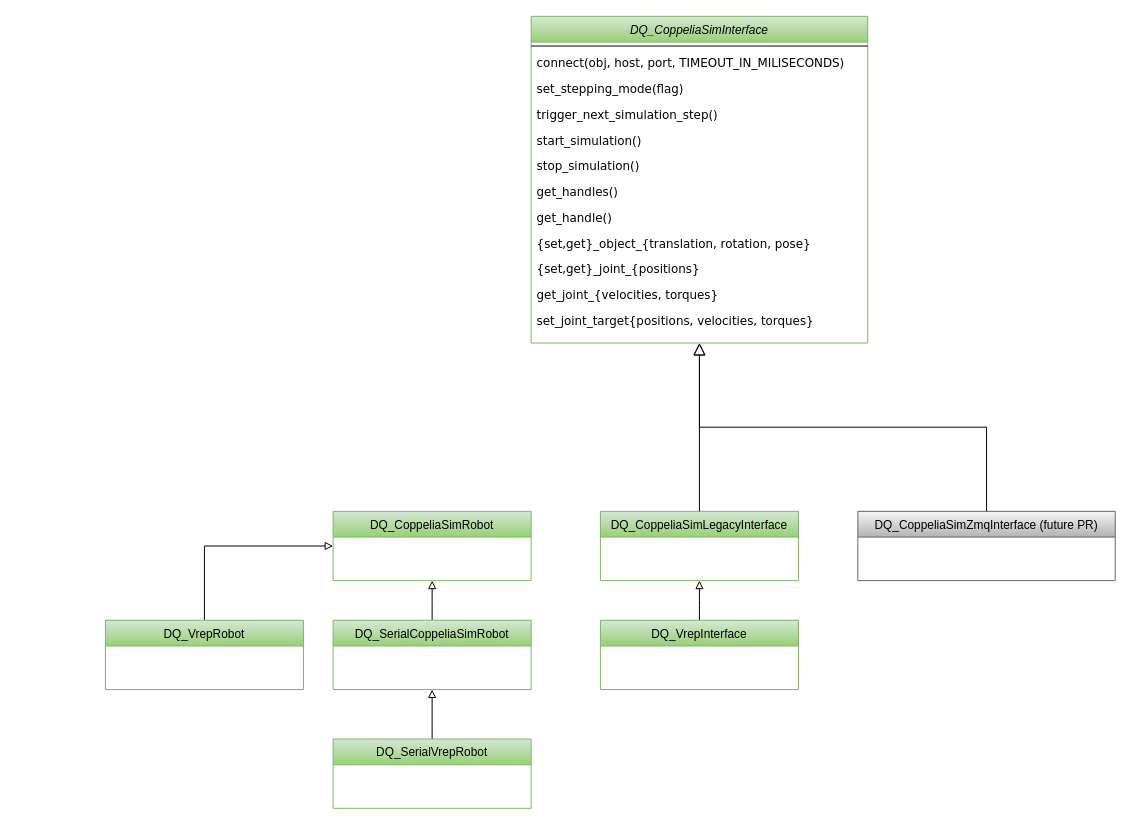
The draw.io diagram DQ_CoppeliaSimInterface.drawio in juanjqo/draw_io_diagrams_test, before the edit. Source tidied: cells renumbered, new cells numbered last; positions are measured from the earlier drawing's top-left corner, leaving out a move shared by most shapes. Both pictures are drawn from the tidied source at 99%, with x=0, y=0 at pixel (105, 16).
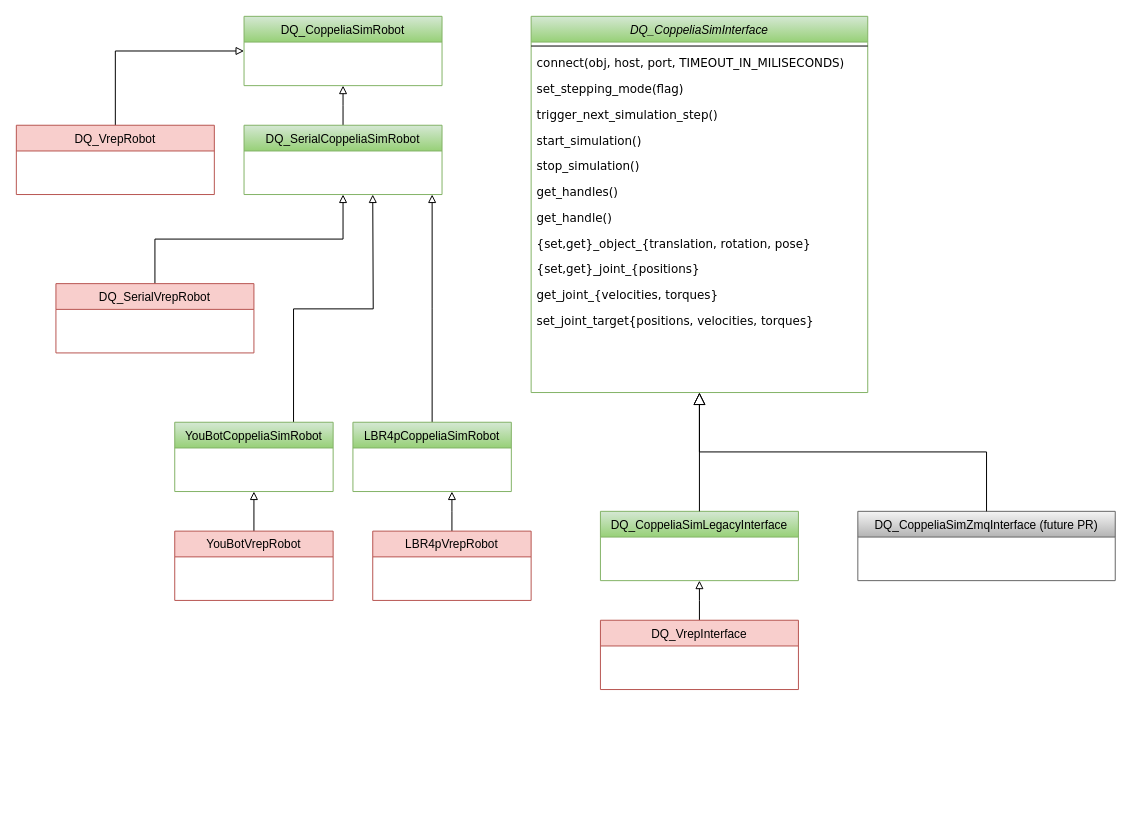
Above is the later version.

Diff of the diagram source:
```diff
@@
     <mxCell id="2" value="DQ_CoppeliaSimInterface" style="swimlane;fontStyle=2;align=center;verticalAlign=top;horizontal=1;startSize=26;rounded=0;shadow=0;strokeWidth=1;fillColor=#d5e8d4;gradientColor=#97d077;strokeColor=#82b366;" parent="1" vertex="1">
-      <mxGeometry x="430" width="340" height="330" as="geometry" />
+      <mxGeometry x="430" width="340" height="380" as="geometry" />
     </mxCell>
@@
-    <mxCell id="20" value="DQ_VrepInterface&#10;" style="swimlane;fontStyle=0;align=center;verticalAlign=top;horizontal=1;startSize=26;rounded=0;shadow=0;strokeWidth=1;fillColor=#d5e8d4;gradientColor=#97d077;strokeColor=#82b366;" parent="1" vertex="1">
+    <mxCell id="20" value="DQ_VrepInterface&#10;" style="swimlane;fontStyle=0;align=center;verticalAlign=top;horizontal=1;startSize=26;rounded=0;shadow=0;strokeWidth=1;fillColor=#f8cecc;strokeColor=#b85450;" parent="1" vertex="1">
       <mxGeometry x="500" y="610" width="200" height="70" as="geometry" />
     </mxCell>
     <mxCell id="21" value="DQ_CoppeliaSimRobot&#10;" style="swimlane;fontStyle=0;align=center;verticalAlign=top;horizontal=1;startSize=26;rounded=0;shadow=0;strokeWidth=1;fillColor=#d5e8d4;gradientColor=#97d077;strokeColor=#82b366;" parent="1" vertex="1">
-      <mxGeometry x="230" y="500" width="200" height="70" as="geometry" />
+      <mxGeometry x="140" width="200" height="70" as="geometry" />
     </mxCell>
     <mxCell id="22" style="edgeStyle=orthogonalEdgeStyle;rounded=0;jettySize=auto;html=1;endArrow=block;endFill=0;" parent="1" edge="1" source="23">
       <mxGeometry relative="1" as="geometry">
-        <mxPoint x="330" y="570" as="targetPoint" />
+        <mxPoint x="240" y="70" as="targetPoint" />
       </mxGeometry>
     </mxCell>
     <mxCell id="23" value="DQ_SerialCoppeliaSimRobot&#10;" style="swimlane;fontStyle=0;align=center;verticalAlign=top;horizontal=1;startSize=26;rounded=0;shadow=0;strokeWidth=1;fillColor=#d5e8d4;gradientColor=#97d077;strokeColor=#82b366;" parent="1" vertex="1">
-      <mxGeometry x="230" y="610" width="200" height="70" as="geometry" />
+      <mxGeometry x="140" y="110" width="200" height="70" as="geometry" />
     </mxCell>
@@
-    <mxCell id="25" value="DQ_VrepRobot&#10;&#10;" style="swimlane;fontStyle=0;align=center;verticalAlign=top;horizontal=1;startSize=26;rounded=0;shadow=0;strokeWidth=1;fillColor=#d5e8d4;gradientColor=#97d077;strokeColor=#82b366;" parent="1" vertex="1">
-      <mxGeometry y="610" width="200" height="70" as="geometry" />
+    <mxCell id="25" value="DQ_VrepRobot&#10;&#10;" style="swimlane;fontStyle=0;align=center;verticalAlign=top;horizontal=1;startSize=26;rounded=0;shadow=0;strokeWidth=1;fillColor=#f8cecc;strokeColor=#b85450;" parent="1" vertex="1">
+      <mxGeometry x="-90" y="110" width="200" height="70" as="geometry" />
     </mxCell>
@@
-    <mxCell id="27" value="DQ_SerialVrepRobot&#10;&#10;" style="swimlane;fontStyle=0;align=center;verticalAlign=top;horizontal=1;startSize=26;rounded=0;shadow=0;strokeWidth=1;fillColor=#d5e8d4;gradientColor=#97d077;strokeColor=#82b366;" parent="1" vertex="1">
-      <mxGeometry x="230" y="730" width="200" height="70" as="geometry" />
+    <mxCell id="27" value="DQ_SerialVrepRobot&#10;&#10;" style="swimlane;fontStyle=0;align=center;verticalAlign=top;horizontal=1;startSize=26;rounded=0;shadow=0;strokeWidth=1;fillColor=#f8cecc;strokeColor=#b85450;" parent="1" vertex="1">
+      <mxGeometry x="-50" y="270" width="200" height="70" as="geometry" />
     </mxCell>
+    <mxCell id="28" style="edgeStyle=orthogonalEdgeStyle;rounded=0;jettySize=auto;html=1;exitX=0.75;exitY=0;exitDx=0;exitDy=0;endArrow=block;endFill=0;" parent="1" edge="1" source="29">
+      <mxGeometry relative="1" as="geometry">
+        <mxPoint x="270" y="180" as="targetPoint" />
+      </mxGeometry>
+    </mxCell>
+    <mxCell id="29" value="YouBotCoppeliaSimRobot&#10;" style="swimlane;fontStyle=0;align=center;verticalAlign=top;horizontal=1;startSize=26;rounded=0;shadow=0;strokeWidth=1;fillColor=#d5e8d4;gradientColor=#97d077;strokeColor=#82b366;" parent="1" vertex="1">
+      <mxGeometry x="70" y="410" width="160" height="70" as="geometry" />
+    </mxCell>
+    <mxCell id="30" style="edgeStyle=orthogonalEdgeStyle;rounded=0;jettySize=auto;html=1;entryX=0.5;entryY=1;entryDx=0;entryDy=0;endArrow=block;endFill=0;" parent="1" edge="1" source="31" target="29">
+      <mxGeometry relative="1" as="geometry" />
+    </mxCell>
+    <mxCell id="31" value="YouBotVrepRobot&#10;" style="swimlane;fontStyle=0;align=center;verticalAlign=top;horizontal=1;startSize=26;rounded=0;shadow=0;strokeWidth=1;fillColor=#f8cecc;strokeColor=#b85450;" parent="1" vertex="1">
+      <mxGeometry x="70" y="520" width="160" height="70" as="geometry" />
+    </mxCell>
+    <mxCell id="32" style="edgeStyle=orthogonalEdgeStyle;rounded=0;jettySize=auto;html=1;endArrow=block;endFill=0;" parent="1" edge="1" source="33">
+      <mxGeometry relative="1" as="geometry">
+        <mxPoint x="330" y="180" as="targetPoint" />
+      </mxGeometry>
+    </mxCell>
+    <mxCell id="33" value="LBR4pCoppeliaSimRobot&#10;" style="swimlane;fontStyle=0;align=center;verticalAlign=top;horizontal=1;startSize=26;rounded=0;shadow=0;strokeWidth=1;fillColor=#d5e8d4;gradientColor=#97d077;strokeColor=#82b366;" parent="1" vertex="1">
+      <mxGeometry x="250" y="410" width="160" height="70" as="geometry" />
+    </mxCell>
+    <mxCell id="34" style="edgeStyle=orthogonalEdgeStyle;rounded=0;jettySize=auto;html=1;endArrow=block;endFill=0;" parent="1" edge="1" source="35">
+      <mxGeometry relative="1" as="geometry">
+        <mxPoint x="350" y="480" as="targetPoint" />
+      </mxGeometry>
+    </mxCell>
+    <mxCell id="35" value="LBR4pVrepRobot&#10;" style="swimlane;fontStyle=0;align=center;verticalAlign=top;horizontal=1;startSize=26;rounded=0;shadow=0;strokeWidth=1;fillColor=#f8cecc;strokeColor=#b85450;" parent="1" vertex="1">
+      <mxGeometry x="270" y="520" width="160" height="70" as="geometry" />
+    </mxCell>
```
